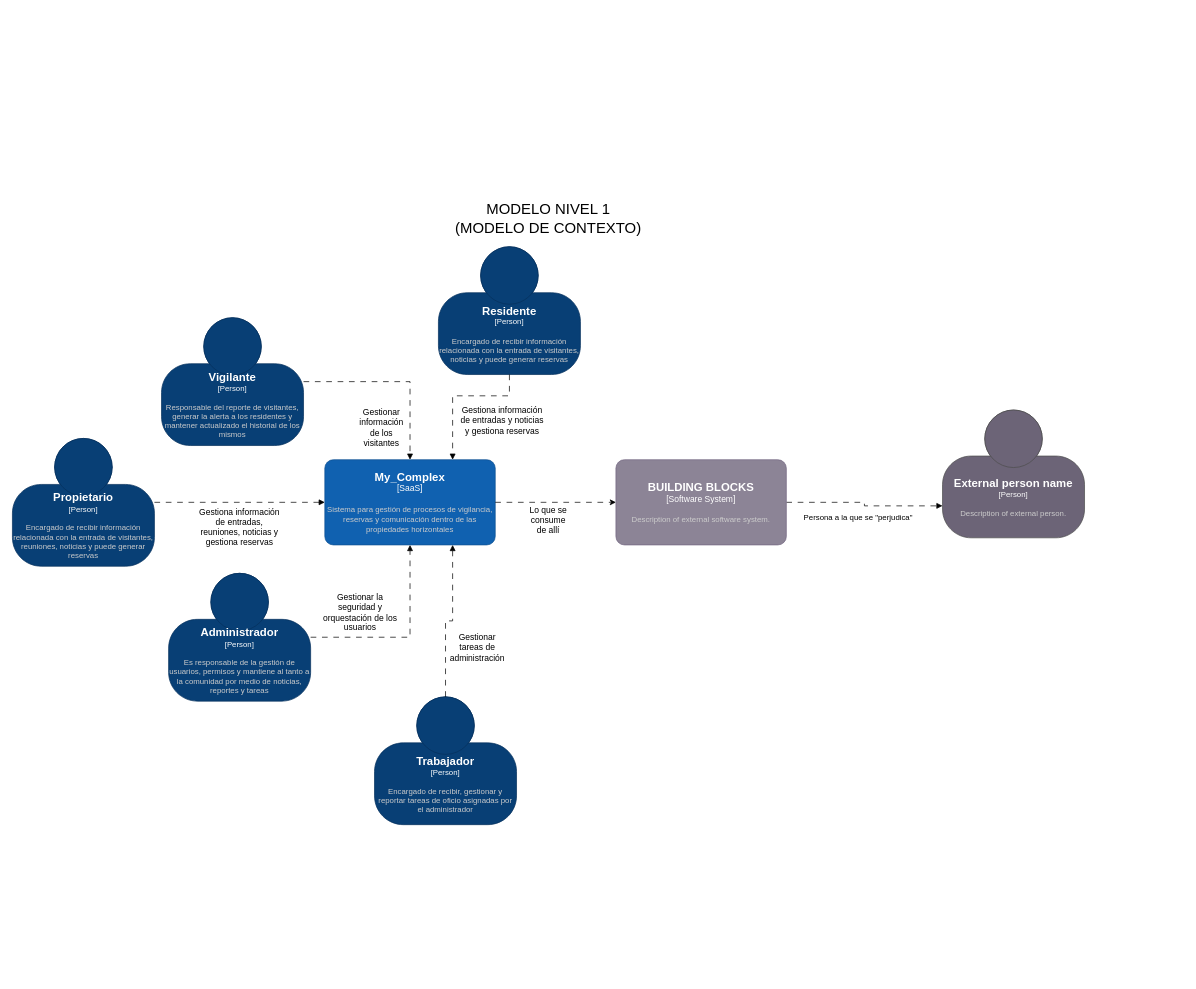
Above: Modelo_de_contexto.drawio in 3st3b4nR/Documentacion_My_Complex (draw.io), before the change. Source tidied: cells renumbered, new cells numbered last; positions are measured from the earlier drawing's top-left corner, leaving out a move shared by most shapes. Both pictures are drawn from the tidied source at 71%, with x=0, y=0 at pixel (12, 175).
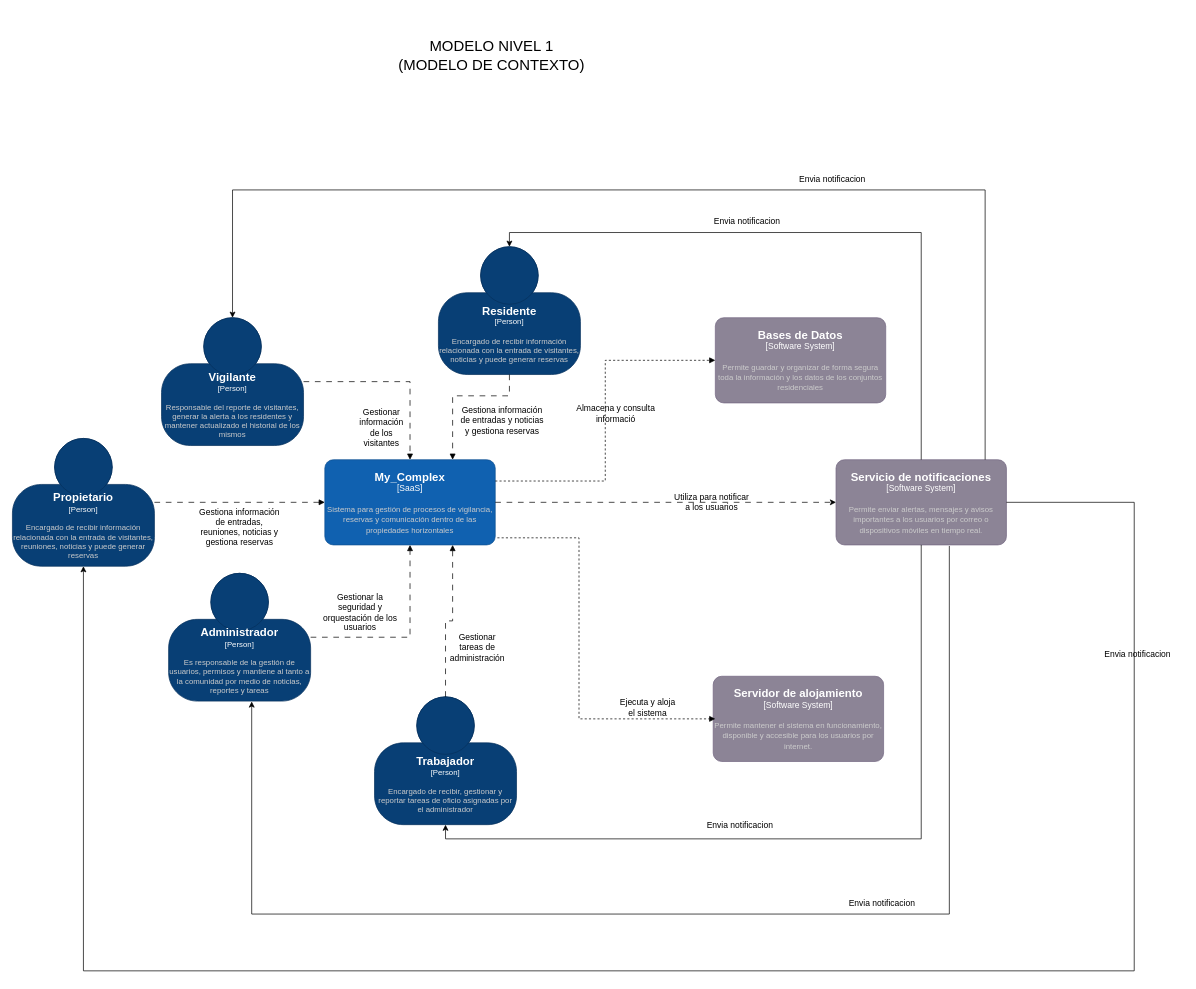
The same page after the edit.

Commit message:
correcciones echas

Unchanged cells that the change refers to:
```xml
<object id="2" label="&lt;font style=&quot;font-size: 16px&quot;&gt;&lt;b&gt;%c4Name%&lt;/b&gt;&lt;/font&gt;&lt;div&gt;[%c4Type%]&lt;/div&gt;&lt;br&gt;&lt;div&gt;&lt;font style=&quot;font-size: 11px&quot;&gt;&lt;font color=&quot;#cccccc&quot;&gt;%c4Description%&lt;/font&gt;&lt;/div&gt;" c4Description="Sistema para gestión de procesos de vigilancia, reservas y comunicación dentro de las propiedades horizontales" c4Name="My_Complex" c4Type="SaaS" placeholders="1">
  <mxCell style="rounded=1;whiteSpace=wrap;html=1;labelBackgroundColor=none;fillColor=#1061B0;fontColor=#ffffff;align=center;arcSize=10;strokeColor=#0D5091;points=[[0.25,0,0],[0.5,0,0],[0.75,0,0],[1,0.25,0],[1,0.5,0],[1,0.75,0],[0.75,1,0],[0.5,1,0],[0.25,1,0],[0,0.75,0],[0,0.5,0],[0,0.25,0]];" parent="1" vertex="1">
    <mxGeometry x="440" y="400" width="240" height="120" as="geometry" />
  </mxCell>
</object>
<object id="3" label="&lt;font style=&quot;font-size: 16px&quot;&gt;&lt;b&gt;%c4Name%&lt;/b&gt;&lt;/font&gt;&lt;div&gt;[%c4Type%]&lt;/div&gt;&lt;br&gt;&lt;div&gt;&lt;font style=&quot;font-size: 11px&quot;&gt;&lt;font color=&quot;#cccccc&quot;&gt;%c4Description%&lt;/font&gt;&lt;/div&gt;" c4Description="Responsable del reporte de visitantes, generar la alerta a los residentes y mantener actualizado el historial de los mismos" c4Name="Vigilante" c4Type="Person" placeholders="1">
  <mxCell style="html=1;fontSize=11;dashed=0;whiteSpace=wrap;fillColor=#083F75;strokeColor=#06315C;fontColor=#ffffff;shape=mxgraph.c4.person2;align=center;points=[[0.5,0,0],[1,0.5,0],[1,0.75,0],[0.75,1,0],[0.5,1,0],[0.25,1,0],[0,0.75,0],[0,0.5,0]];" parent="1" vertex="1">
    <mxGeometry x="210" y="200" width="200" height="180" as="geometry" />
  </mxCell>
</object>
<object id="6" label="&lt;font style=&quot;font-size: 16px&quot;&gt;&lt;b&gt;%c4Name%&lt;/b&gt;&lt;/font&gt;&lt;div&gt;[%c4Type%]&lt;/div&gt;&lt;br&gt;&lt;div&gt;&lt;font style=&quot;font-size: 11px&quot;&gt;&lt;font color=&quot;#cccccc&quot;&gt;%c4Description%&lt;/font&gt;&lt;/div&gt;" c4Description="Es responsable de la gestión de usuarios, permisos y mantiene al tanto a la comunidad por medio de noticias, reportes y tareas" c4Name="Administrador" c4Type="Person" placeholders="1">
  <mxCell style="html=1;fontSize=11;dashed=0;whiteSpace=wrap;fillColor=#083F75;strokeColor=#06315C;fontColor=#ffffff;shape=mxgraph.c4.person2;align=center;points=[[0.5,0,0],[1,0.5,0],[1,0.75,0],[0.75,1,0],[0.5,1,0],[0.25,1,0],[0,0.75,0],[0,0.5,0]];" parent="1" vertex="1">
    <mxGeometry x="220" y="560" width="200" height="180" as="geometry" />
  </mxCell>
</object>
<object id="16" label="&lt;font style=&quot;font-size: 16px&quot;&gt;&lt;b&gt;%c4Name%&lt;/b&gt;&lt;/font&gt;&lt;div&gt;[%c4Type%]&lt;/div&gt;&lt;br&gt;&lt;div&gt;&lt;font style=&quot;font-size: 11px&quot;&gt;&lt;font color=&quot;#cccccc&quot;&gt;%c4Description%&lt;/font&gt;&lt;/div&gt;" c4Description="Encargado de recibir información relacionada con la entrada de visitantes, reuniones, noticias y puede generar reservas" c4Name="Propietario" c4Type="Person" placeholders="1">
  <mxCell style="html=1;fontSize=11;dashed=0;whiteSpace=wrap;fillColor=#083F75;strokeColor=#06315C;fontColor=#ffffff;shape=mxgraph.c4.person2;align=center;points=[[0.5,0,0],[1,0.5,0],[1,0.75,0],[0.75,1,0],[0.5,1,0],[0.25,1,0],[0,0.75,0],[0,0.5,0]];" parent="1" vertex="1">
    <mxGeometry y="370" width="200" height="180" as="geometry" />
  </mxCell>
</object>
<object id="19" label="&lt;font style=&quot;font-size: 16px&quot;&gt;&lt;b&gt;%c4Name%&lt;/b&gt;&lt;/font&gt;&lt;div&gt;[%c4Type%]&lt;/div&gt;&lt;br&gt;&lt;div&gt;&lt;font style=&quot;font-size: 11px&quot;&gt;&lt;font color=&quot;#cccccc&quot;&gt;%c4Description%&lt;/font&gt;&lt;/div&gt;" c4Description="Encargado de recibir información relacionada con la entrada de visitantes, noticias y puede generar reservas" c4Name="Residente" c4Type="Person" placeholders="1">
  <mxCell style="html=1;fontSize=11;dashed=0;whiteSpace=wrap;fillColor=#083F75;strokeColor=#06315C;fontColor=#ffffff;shape=mxgraph.c4.person2;align=center;points=[[0.5,0,0],[1,0.5,0],[1,0.75,0],[0.75,1,0],[0.5,1,0],[0.25,1,0],[0,0.75,0],[0,0.5,0]];" parent="1" vertex="1">
    <mxGeometry x="600" y="100" width="200" height="180" as="geometry" />
  </mxCell>
</object>
<object id="22" label="&lt;font style=&quot;font-size: 16px&quot;&gt;&lt;b&gt;%c4Name%&lt;/b&gt;&lt;/font&gt;&lt;div&gt;[%c4Type%]&lt;/div&gt;&lt;br&gt;&lt;div&gt;&lt;font style=&quot;font-size: 11px&quot;&gt;&lt;font color=&quot;#cccccc&quot;&gt;%c4Description%&lt;/font&gt;&lt;/div&gt;" c4Description="Encargado de recibir, gestionar y reportar tareas de oficio asignadas por el administrador" c4Name="Trabajador" c4Type="Person" placeholders="1">
  <mxCell style="html=1;fontSize=11;dashed=0;whiteSpace=wrap;fillColor=#083F75;strokeColor=#06315C;fontColor=#ffffff;shape=mxgraph.c4.person2;align=center;points=[[0.5,0,0],[1,0.5,0],[1,0.75,0],[0.75,1,0],[0.5,1,0],[0.25,1,0],[0,0.75,0],[0,0.5,0]];" parent="1" vertex="1">
    <mxGeometry x="510" y="734" width="200" height="180" as="geometry" />
  </mxCell>
</object>
```

What changed in the source:
```diff
@@
-    <mxCell id="9" style="edgeStyle=orthogonalEdgeStyle;rounded=0;jettySize=auto;html=1;dashed=1;dashPattern=8 8;endArrow=block;endFill=1;entryX=0;entryY=0.75;entryDx=0;entryDy=0;entryPerimeter=0;" parent="1" edge="1" source="11" target="14">
-      <mxGeometry relative="1" as="geometry" />
-    </mxCell>
-    <mxCell id="10" value="Persona a la que se &quot;perjudica&quot;" style="edgeLabel;html=1;align=center;verticalAlign=middle;" parent="9" vertex="1">
-      <mxGeometry x="-0.56" y="1" relative="1" as="geometry">
-        <mxPoint x="51" y="21" as="offset" />
-      </mxGeometry>
-    </mxCell>
-    <object id="11" label="&lt;font style=&quot;font-size: 16px&quot;&gt;&lt;b&gt;%c4Name%&lt;/b&gt;&lt;/font&gt;&lt;div&gt;[%c4Type%]&lt;/div&gt;&lt;br&gt;&lt;div&gt;&lt;font style=&quot;font-size: 11px&quot;&gt;&lt;font color=&quot;#cccccc&quot;&gt;%c4Description%&lt;/font&gt;&lt;/div&gt;" c4Description="Description of external software system." c4Name="BUILDING BLOCKS" c4Type="Software System" placeholders="1">
+    <object id="11" label="&lt;font style=&quot;font-size: 16px&quot;&gt;&lt;b&gt;%c4Name%&lt;/b&gt;&lt;/font&gt;&lt;div&gt;[%c4Type%]&lt;/div&gt;&lt;br&gt;&lt;div&gt;&lt;font style=&quot;font-size: 11px&quot;&gt;&lt;font color=&quot;#cccccc&quot;&gt;%c4Description%&lt;/font&gt;&lt;/div&gt;" c4Description="Permite enviar alertas, mensajes y avisos importantes a los usuarios por correo o dispositivos móviles en tiempo real." c4Name="Servicio de notificaciones" c4Type="Software System" placeholders="1">
       <mxCell style="rounded=1;whiteSpace=wrap;html=1;labelBackgroundColor=none;fillColor=#8C8496;fontColor=#ffffff;align=center;arcSize=10;strokeColor=#736782;points=[[0.25,0,0],[0.5,0,0],[0.75,0,0],[1,0.25,0],[1,0.5,0],[1,0.75,0],[0.75,1,0],[0.5,1,0],[0.25,1,0],[0,0.75,0],[0,0.5,0],[0,0.25,0]];" parent="1" vertex="1">
-        <mxGeometry x="850" y="400" width="240" height="120" as="geometry" />
+        <mxGeometry x="1160" y="400" width="240" height="120" as="geometry" />
       </mxCell>
     </object>
@@
-    <mxCell id="13" value="Lo que se consume de allí" style="text;html=1;whiteSpace=wrap;strokeColor=none;fillColor=none;align=center;verticalAlign=middle;rounded=0;" parent="1" vertex="1">
-      <mxGeometry x="725" y="470" width="60" height="30" as="geometry" />
-    </mxCell>
-    <object id="14" label="&lt;font style=&quot;font-size: 16px&quot;&gt;&lt;b&gt;%c4Name%&lt;/b&gt;&lt;/font&gt;&lt;div&gt;[%c4Type%]&lt;/div&gt;&lt;br&gt;&lt;div&gt;&lt;font style=&quot;font-size: 11px&quot;&gt;&lt;font color=&quot;#cccccc&quot;&gt;%c4Description%&lt;/font&gt;&lt;/div&gt;" c4Description="Description of external person." c4Name="External person name" c4Type="Person" placeholders="1">
-      <mxCell style="html=1;fontSize=11;dashed=0;whiteSpace=wrap;fillColor=#6C6477;strokeColor=#4D4D4D;fontColor=#ffffff;shape=mxgraph.c4.person2;align=center;points=[[0.5,0,0],[1,0.5,0],[1,0.75,0],[0.75,1,0],[0.5,1,0],[0.25,1,0],[0,0.75,0],[0,0.5,0]];" parent="1" vertex="1">
-        <mxGeometry x="1310" y="330" width="200" height="180" as="geometry" />
-      </mxCell>
-    </object>
     <mxCell id="15" value="MODELO NIVEL 1&lt;div&gt;(MODELO DE CONTEXTO)&lt;/div&gt;" style="text;html=1;whiteSpace=wrap;strokeColor=none;fillColor=none;align=center;verticalAlign=middle;rounded=0;fontSize=21;" parent="1" vertex="1">
-      <mxGeometry x="600" width="310" height="120" as="geometry" />
+      <mxGeometry x="520" y="-230" width="310" height="120" as="geometry" />
     </mxCell>
@@
+    <object id="25" label="&lt;font style=&quot;font-size: 16px&quot;&gt;&lt;b&gt;%c4Name%&lt;/b&gt;&lt;/font&gt;&lt;div&gt;[%c4Type%]&lt;/div&gt;&lt;br&gt;&lt;div&gt;&lt;font style=&quot;font-size: 11px&quot;&gt;&lt;font color=&quot;#cccccc&quot;&gt;%c4Description%&lt;/font&gt;&lt;/div&gt;" c4Description="Permite guardar y organizar de forma segura toda la información y los datos de los conjuntos residenciales" c4Name="Bases de Datos" c4Type="Software System" placeholders="1">
+      <mxCell style="rounded=1;whiteSpace=wrap;html=1;labelBackgroundColor=none;fillColor=#8C8496;fontColor=#ffffff;align=center;arcSize=10;strokeColor=#736782;points=[[0.25,0,0],[0.5,0,0],[0.75,0,0],[1,0.25,0],[1,0.5,0],[1,0.75,0],[0.75,1,0],[0.5,1,0],[0.25,1,0],[0,0.75,0],[0,0.5,0],[0,0.25,0]];" parent="1" vertex="1">
+        <mxGeometry x="990" y="200" width="240" height="120" as="geometry" />
+      </mxCell>
+    </object>
+    <object id="26" label="&lt;font style=&quot;font-size: 16px&quot;&gt;&lt;b&gt;%c4Name%&lt;/b&gt;&lt;/font&gt;&lt;div&gt;[%c4Type%]&lt;/div&gt;&lt;br&gt;&lt;div&gt;&lt;font style=&quot;font-size: 11px&quot;&gt;&lt;font color=&quot;#cccccc&quot;&gt;%c4Description%&lt;/font&gt;&lt;/div&gt;" c4Description="Permite mantener el sistema en funcionamiento, disponible y accesible para los usuarios por internet." c4Name="Servidor de alojamiento " c4Type="Software System" placeholders="1">
+      <mxCell style="rounded=1;whiteSpace=wrap;html=1;labelBackgroundColor=none;fillColor=#8C8496;fontColor=#ffffff;align=center;arcSize=10;strokeColor=#736782;" parent="1" vertex="1">
+        <mxGeometry x="987" y="705" width="240" height="120" as="geometry" />
+      </mxCell>
+    </object>
+    <mxCell id="27" style="edgeStyle=orthogonalEdgeStyle;rounded=0;orthogonalLoop=1;jettySize=auto;html=1;entryX=0;entryY=0.5;entryDx=0;entryDy=0;entryPerimeter=0;dashed=1;endArrow=block;endFill=1;" parent="1" edge="1">
+      <mxGeometry relative="1" as="geometry">
+        <mxPoint x="683" y="510" as="sourcePoint" />
+        <mxPoint x="990" y="765" as="targetPoint" />
+        <Array as="points">
+          <mxPoint x="798" y="510" />
+          <mxPoint x="798" y="765" />
+        </Array>
+      </mxGeometry>
+    </mxCell>
+    <mxCell id="28" style="edgeStyle=orthogonalEdgeStyle;rounded=0;jettySize=auto;html=1;entryX=0;entryY=0.5;entryDx=0;entryDy=0;entryPerimeter=0;dashed=1;endArrow=block;endFill=1;" parent="1" edge="1" source="2" target="25">
+      <mxGeometry relative="1" as="geometry">
+        <Array as="points">
+          <mxPoint x="835" y="430" />
+          <mxPoint x="835" y="260" />
+        </Array>
+      </mxGeometry>
+    </mxCell>
+    <mxCell id="29" value="Almacena y consulta informació" style="text;html=1;whiteSpace=wrap;strokeColor=none;fillColor=none;align=center;verticalAlign=middle;rounded=0;" parent="1" vertex="1">
+      <mxGeometry x="790" y="320" width="120" height="30" as="geometry" />
+    </mxCell>
+    <mxCell id="30" value="Utiliza para notificar a los usuarios" style="text;html=1;whiteSpace=wrap;strokeColor=none;fillColor=none;align=center;verticalAlign=middle;rounded=0;" parent="1" vertex="1">
+      <mxGeometry x="930" y="445" width="110" height="30" as="geometry" />
+    </mxCell>
+    <mxCell id="31" value="Ejecuta y aloja el sistema" style="text;html=1;whiteSpace=wrap;strokeColor=none;fillColor=none;align=center;verticalAlign=middle;rounded=0;" parent="1" vertex="1">
+      <mxGeometry x="850" y="734" width="90" height="30" as="geometry" />
+    </mxCell>
+    <mxCell id="32" style="edgeStyle=orthogonalEdgeStyle;rounded=0;jettySize=auto;html=1;entryX=0.5;entryY=1;entryDx=0;entryDy=0;entryPerimeter=0;exitX=0.5;exitY=1;exitDx=0;exitDy=0;exitPerimeter=0;" parent="1" edge="1" source="11" target="22">
+      <mxGeometry relative="1" as="geometry">
+        <Array as="points">
+          <mxPoint x="1280" y="934" />
+          <mxPoint x="610" y="934" />
+        </Array>
+      </mxGeometry>
+    </mxCell>
+    <mxCell id="33" style="edgeStyle=orthogonalEdgeStyle;rounded=0;jettySize=auto;html=1;entryX=0.585;entryY=1.003;entryDx=0;entryDy=0;entryPerimeter=0;exitX=0.665;exitY=1.012;exitDx=0;exitDy=0;exitPerimeter=0;" parent="1" edge="1" source="11" target="6">
+      <mxGeometry relative="1" as="geometry">
+        <Array as="points">
+          <mxPoint x="1319.7" y="1039.9" />
+          <mxPoint x="336.9" y="1039.9" />
+        </Array>
+      </mxGeometry>
+    </mxCell>
+    <mxCell id="34" style="edgeStyle=orthogonalEdgeStyle;rounded=0;jettySize=auto;html=1;entryX=0.5;entryY=1;entryDx=0;entryDy=0;entryPerimeter=0;" parent="1" edge="1" source="11" target="16">
+      <mxGeometry relative="1" as="geometry">
+        <Array as="points">
+          <mxPoint x="1580" y="459.9" />
+          <mxPoint x="1580" y="1119.9" />
+          <mxPoint x="100" y="1119.9" />
+        </Array>
+      </mxGeometry>
+    </mxCell>
+    <mxCell id="35" style="edgeStyle=orthogonalEdgeStyle;rounded=0;jettySize=auto;html=1;entryX=0.5;entryY=0;entryDx=0;entryDy=0;entryPerimeter=0;exitX=0.5;exitY=0;exitDx=0;exitDy=0;exitPerimeter=0;" parent="1" edge="1" source="11" target="19">
+      <mxGeometry relative="1" as="geometry" />
+    </mxCell>
+    <mxCell id="36" style="edgeStyle=orthogonalEdgeStyle;rounded=0;jettySize=auto;html=1;entryX=0.5;entryY=0;entryDx=0;entryDy=0;entryPerimeter=0;" parent="1" edge="1" source="11" target="3">
+      <mxGeometry relative="1" as="geometry">
+        <Array as="points">
+          <mxPoint x="1370" y="20" />
+          <mxPoint x="310" y="20" />
+        </Array>
+      </mxGeometry>
+    </mxCell>
+    <mxCell id="37" value="Envia notificacion" style="text;html=1;whiteSpace=wrap;strokeColor=none;fillColor=none;align=center;verticalAlign=middle;rounded=0;" parent="1" vertex="1">
+      <mxGeometry x="1520" y="660" width="130" height="30" as="geometry" />
+    </mxCell>
+    <mxCell id="38" value="Envia notificacion" style="text;html=1;whiteSpace=wrap;strokeColor=none;fillColor=none;align=center;verticalAlign=middle;rounded=0;" parent="1" vertex="1">
+      <mxGeometry x="1160" y="1010" width="130" height="30" as="geometry" />
+    </mxCell>
+    <mxCell id="39" value="Envia notificacion" style="text;html=1;whiteSpace=wrap;strokeColor=none;fillColor=none;align=center;verticalAlign=middle;rounded=0;" parent="1" vertex="1">
+      <mxGeometry x="960" y="900" width="130" height="30" as="geometry" />
+    </mxCell>
+    <mxCell id="40" value="Envia notificacion" style="text;html=1;whiteSpace=wrap;strokeColor=none;fillColor=none;align=center;verticalAlign=middle;rounded=0;" parent="1" vertex="1">
+      <mxGeometry x="1090" y="-10" width="130" height="30" as="geometry" />
+    </mxCell>
+    <mxCell id="41" value="Envia notificacion" style="text;html=1;whiteSpace=wrap;strokeColor=none;fillColor=none;align=center;verticalAlign=middle;rounded=0;" parent="1" vertex="1">
+      <mxGeometry x="970" y="50" width="130" height="30" as="geometry" />
+    </mxCell>
```
